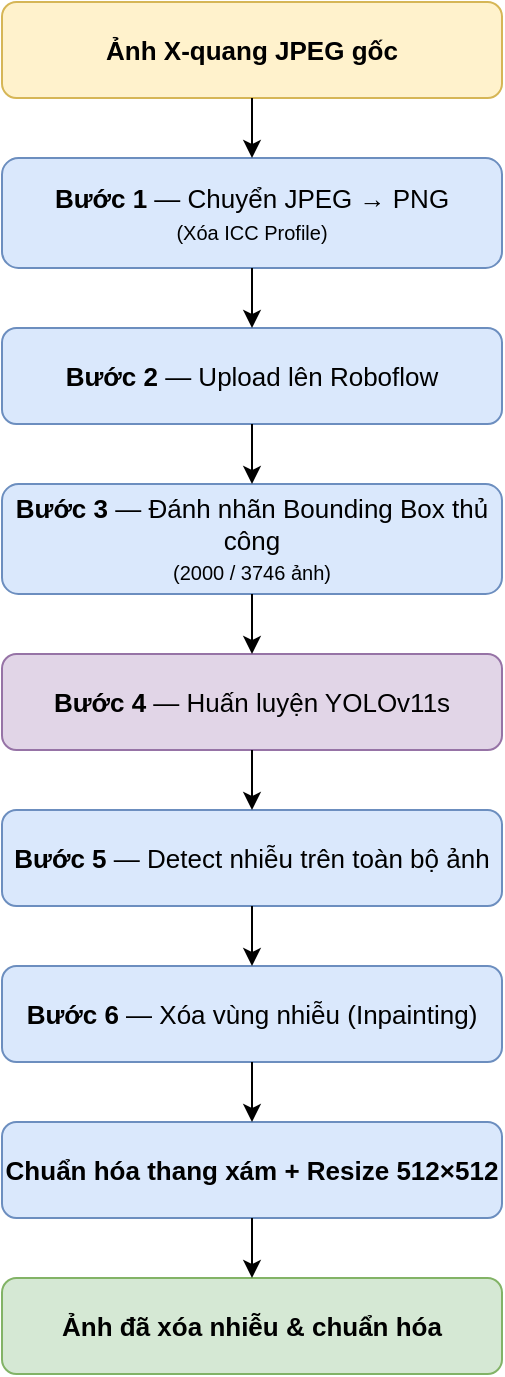
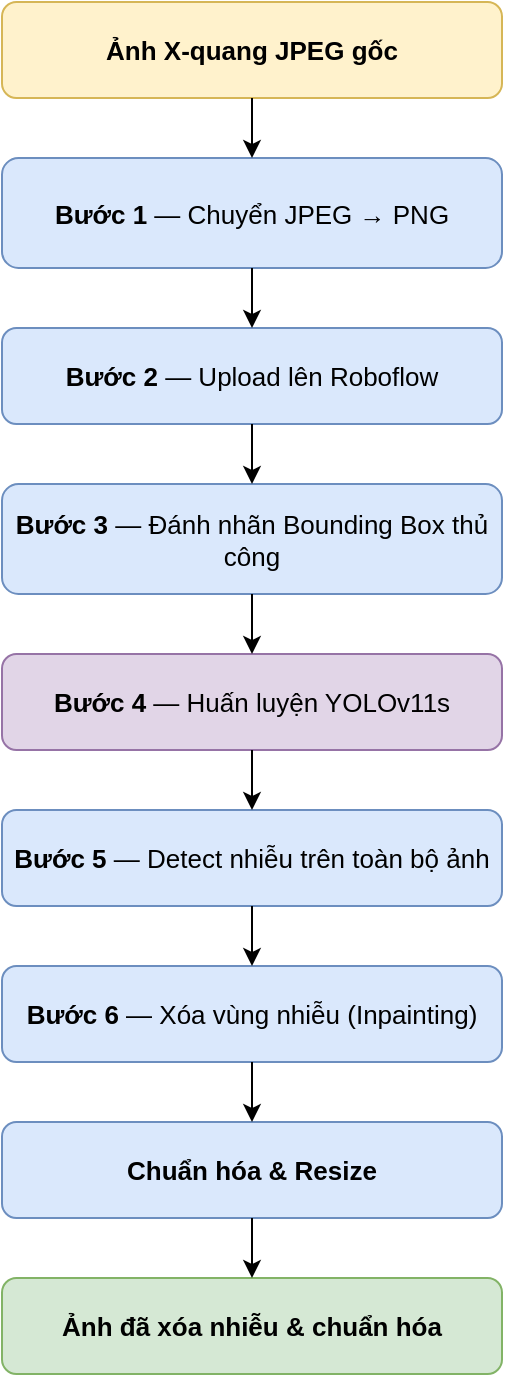
<mxfile host="65bd71144e">
    <diagram name="Preprocessing Pipeline" id="preprocessing_pipeline">
        <mxGraphModel dx="1042" dy="124" grid="1" gridSize="10" guides="1" tooltips="1" connect="1" arrows="1" fold="1" page="1" pageScale="1" pageWidth="700" pageHeight="820" math="0" shadow="0">
            <root>
                <mxCell id="0"/>
                <mxCell id="1" parent="0"/>

                <mxCell id="in" value="&lt;b&gt;Ảnh X-quang JPEG gốc&lt;/b&gt;" style="rounded=1;whiteSpace=wrap;html=1;fillColor=#fff2cc;strokeColor=#d6b656;fontSize=13;" parent="1" vertex="1">
                    <mxGeometry x="225" y="20" width="250" height="48" as="geometry"/>
                </mxCell>

-                 <mxCell id="s1" value="&lt;b&gt;Bước 1&lt;/b&gt; — Chuyển JPEG → PNG&lt;br&gt;&lt;font style=&quot;font-size:10px;&quot;&gt;(Xóa ICC Profile)&lt;/font&gt;" style="rounded=1;whiteSpace=wrap;html=1;fillColor=#dae8fc;strokeColor=#6c8ebf;fontSize=13;" parent="1" vertex="1">
+                 <mxCell id="s1" value="&lt;b&gt;Bước 1&lt;/b&gt; — Chuyển JPEG → PNG" style="rounded=1;whiteSpace=wrap;html=1;fillColor=#dae8fc;strokeColor=#6c8ebf;fontSize=13;" parent="1" vertex="1">
                    <mxGeometry x="225" y="98" width="250" height="55" as="geometry"/>
                </mxCell>

                <mxCell id="s2" value="&lt;b&gt;Bước 2&lt;/b&gt; — Upload lên Roboflow" style="rounded=1;whiteSpace=wrap;html=1;fillColor=#dae8fc;strokeColor=#6c8ebf;fontSize=13;" parent="1" vertex="1">
                    <mxGeometry x="225" y="183" width="250" height="48" as="geometry"/>
                </mxCell>

-                 <mxCell id="s3" value="&lt;b&gt;Bước 3&lt;/b&gt; — Đánh nhãn Bounding Box thủ công&lt;br&gt;&lt;font style=&quot;font-size:10px;&quot;&gt;(2000 / 3746 ảnh)&lt;/font&gt;" style="rounded=1;whiteSpace=wrap;html=1;fillColor=#dae8fc;strokeColor=#6c8ebf;fontSize=13;" parent="1" vertex="1">
+                 <mxCell id="s3" value="&lt;b&gt;Bước 3&lt;/b&gt; — Đánh nhãn Bounding Box thủ công" style="rounded=1;whiteSpace=wrap;html=1;fillColor=#dae8fc;strokeColor=#6c8ebf;fontSize=13;" parent="1" vertex="1">
                    <mxGeometry x="225" y="261" width="250" height="55" as="geometry"/>
                </mxCell>

                <mxCell id="s4" value="&lt;b&gt;Bước 4&lt;/b&gt; — Huấn luyện YOLOv11s" style="rounded=1;whiteSpace=wrap;html=1;fillColor=#e1d5e7;strokeColor=#9673a6;fontSize=13;" parent="1" vertex="1">
                    <mxGeometry x="225" y="346" width="250" height="48" as="geometry"/>
                </mxCell>

                <mxCell id="s5" value="&lt;b&gt;Bước 5&lt;/b&gt; — Detect nhiễu trên toàn bộ ảnh" style="rounded=1;whiteSpace=wrap;html=1;fillColor=#dae8fc;strokeColor=#6c8ebf;fontSize=13;" parent="1" vertex="1">
                    <mxGeometry x="225" y="424" width="250" height="48" as="geometry"/>
                </mxCell>

                <mxCell id="s6" value="&lt;b&gt;Bước 6&lt;/b&gt; — Xóa vùng nhiễu (Inpainting)" style="rounded=1;whiteSpace=wrap;html=1;fillColor=#dae8fc;strokeColor=#6c8ebf;fontSize=13;" parent="1" vertex="1">
                    <mxGeometry x="225" y="502" width="250" height="48" as="geometry"/>
                </mxCell>

-                 <mxCell id="s7" value="&lt;b&gt;Chuẩn hóa thang xám + Resize 512×512&lt;/b&gt;" style="rounded=1;whiteSpace=wrap;html=1;fillColor=#dae8fc;strokeColor=#6c8ebf;fontSize=13;" parent="1" vertex="1">
+                 <mxCell id="s7" value="&lt;b&gt;Chuẩn hóa &amp; Resize&lt;/b&gt;" style="rounded=1;whiteSpace=wrap;html=1;fillColor=#dae8fc;strokeColor=#6c8ebf;fontSize=13;" parent="1" vertex="1">
                    <mxGeometry x="225" y="580" width="250" height="48" as="geometry"/>
                </mxCell>

                <mxCell id="out" value="&lt;b&gt;Ảnh đã xóa nhiễu &amp; chuẩn hóa&lt;/b&gt;" style="rounded=1;whiteSpace=wrap;html=1;fillColor=#d5e8d4;strokeColor=#82b366;fontSize=13;" parent="1" vertex="1">
                    <mxGeometry x="225" y="658" width="250" height="48" as="geometry"/>
                </mxCell>

                <mxCell id="e1" value="" style="edgeStyle=orthogonalEdgeStyle;" parent="1" source="in" target="s1" edge="1"><mxGeometry relative="1" as="geometry"/></mxCell>
                <mxCell id="e2" value="" style="edgeStyle=orthogonalEdgeStyle;" parent="1" source="s1" target="s2" edge="1"><mxGeometry relative="1" as="geometry"/></mxCell>
                <mxCell id="e3" value="" style="edgeStyle=orthogonalEdgeStyle;" parent="1" source="s2" target="s3" edge="1"><mxGeometry relative="1" as="geometry"/></mxCell>
                <mxCell id="e4" value="" style="edgeStyle=orthogonalEdgeStyle;" parent="1" source="s3" target="s4" edge="1"><mxGeometry relative="1" as="geometry"/></mxCell>
                <mxCell id="e5" value="" style="edgeStyle=orthogonalEdgeStyle;" parent="1" source="s4" target="s5" edge="1"><mxGeometry relative="1" as="geometry"/></mxCell>
                <mxCell id="e6" value="" style="edgeStyle=orthogonalEdgeStyle;" parent="1" source="s5" target="s6" edge="1"><mxGeometry relative="1" as="geometry"/></mxCell>
                <mxCell id="e7" value="" style="edgeStyle=orthogonalEdgeStyle;" parent="1" source="s6" target="s7" edge="1"><mxGeometry relative="1" as="geometry"/></mxCell>
                <mxCell id="e8" value="" style="edgeStyle=orthogonalEdgeStyle;" parent="1" source="s7" target="out" edge="1"><mxGeometry relative="1" as="geometry"/></mxCell>

            </root>
        </mxGraphModel>
    </diagram>
</mxfile>
